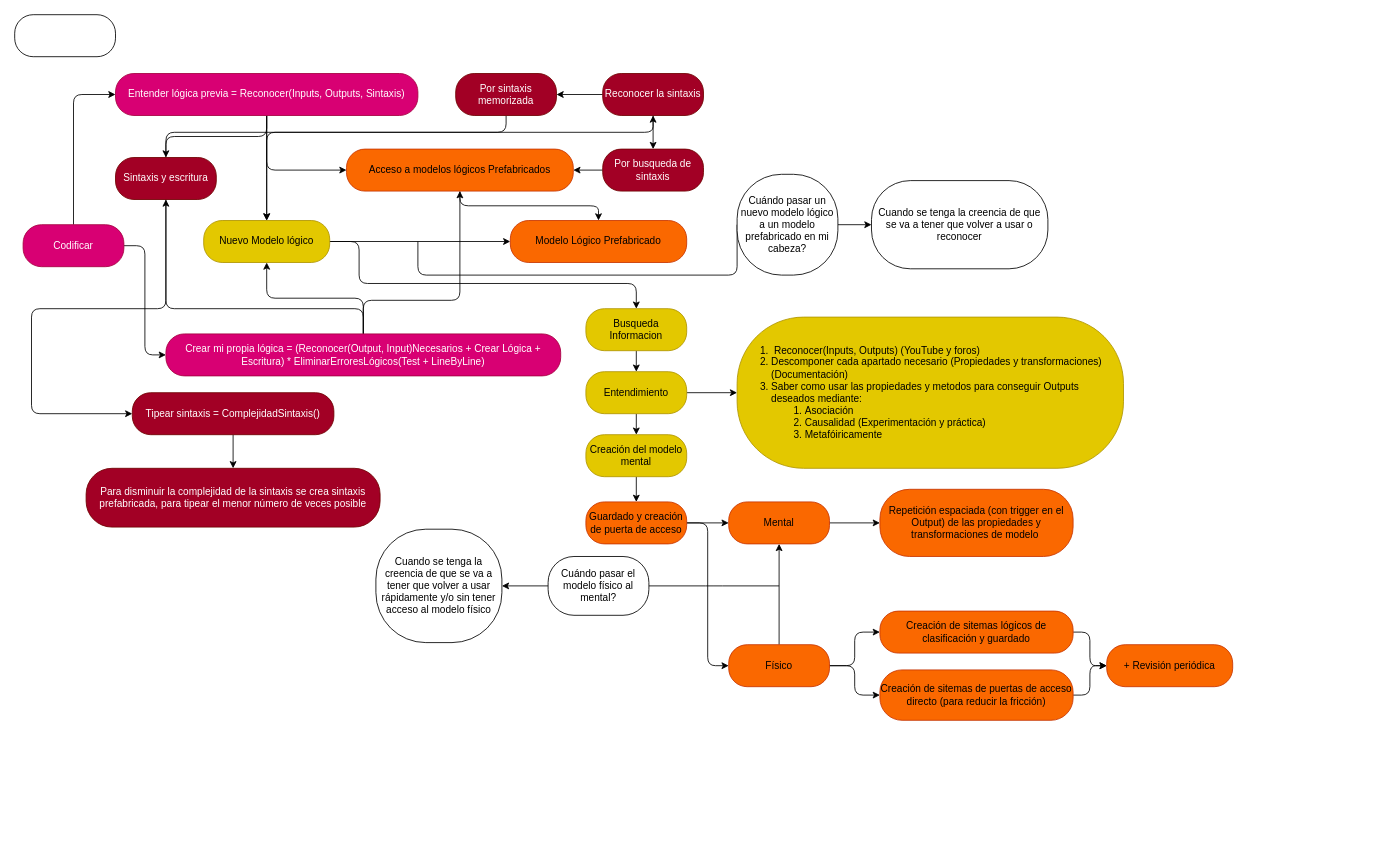
Before: draw/estudiar.drawio in Yev94/yev.tech, a draw.io diagram. Source tidied: cells renumbered, new cells numbered last; positions are measured from the earlier drawing's top-left corner, leaving out a move shared by most shapes. Both pictures are drawn from the tidied source at 84%, with x=0, y=0 at pixel (14, 14).
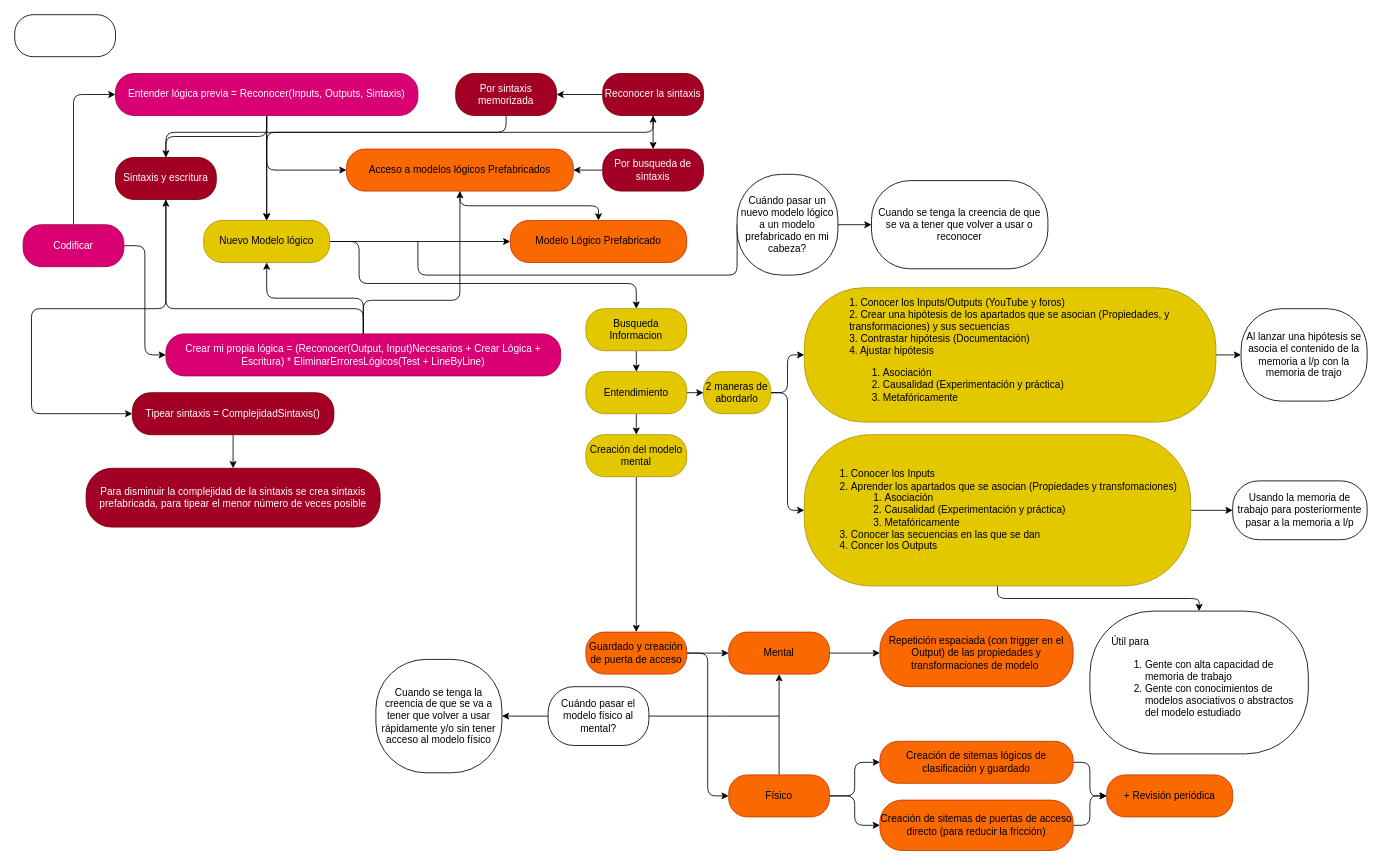
The same diagram, later.

Unchanged cells that the change refers to:
```xml
<mxCell id="20" value="Entendimiento" style="rounded=1;whiteSpace=wrap;html=1;arcSize=44;fillColor=#e3c800;strokeColor=#B09500;fontColor=#000000;" parent="1" vertex="1">
  <mxGeometry x="680" y="425" width="120" height="50" as="geometry" />
</mxCell>
```

Change to the diagram source:
```diff
@@
-    <mxCell id="18" style="edgeStyle=orthogonalEdgeStyle;html=1;entryX=0;entryY=0.5;entryDx=0;entryDy=0;endArrow=classic;endFill=1;" parent="1" edge="1" source="20" target="21">
+    <mxCell id="18" style="edgeStyle=orthogonalEdgeStyle;html=1;entryX=0;entryY=0.5;entryDx=0;entryDy=0;endArrow=classic;endFill=1;" parent="1" edge="1" source="20" target="68">
       <mxGeometry relative="1" as="geometry" />
     </mxCell>
@@
+    <mxCell id="64" style="edgeStyle=orthogonalEdgeStyle;html=1;" parent="1" edge="1" source="21" target="73">
+      <mxGeometry relative="1" as="geometry" />
+    </mxCell>
+    <mxCell id="65" style="edgeStyle=orthogonalEdgeStyle;html=1;" parent="1" edge="1" source="21" target="72">
+      <mxGeometry relative="1" as="geometry" />
+    </mxCell>
-    <mxCell id="21" value="&lt;div style=&quot;text-align: left&quot;&gt;&lt;ol&gt;&lt;li&gt;&lt;span&gt;&amp;nbsp;Reconocer(Inputs, Outputs) (YouTube y foros)&lt;/span&gt;&lt;/li&gt;&lt;li&gt;&lt;span&gt;Descomponer cada apartado necesario (Propiedades y transformaciones) (Documentación)&lt;/span&gt;&lt;/li&gt;&lt;li&gt;&lt;span&gt;Saber como usar las propiedades y metodos para conseguir Outputs deseados mediante:&lt;/span&gt;&lt;/li&gt;&lt;ol&gt;&lt;li&gt;&lt;span&gt;Asociación&lt;/span&gt;&lt;/li&gt;&lt;li&gt;&lt;span&gt;Causalidad (Experimentación y práctica)&lt;/span&gt;&lt;/li&gt;&lt;li&gt;&lt;span&gt;Metafóiricamente&lt;/span&gt;&lt;/li&gt;&lt;/ol&gt;&lt;/ol&gt;&lt;/div&gt;" style="rounded=1;whiteSpace=wrap;html=1;arcSize=44;fillColor=#e3c800;strokeColor=#B09500;fontColor=#000000;" parent="1" vertex="1">
-      <mxGeometry x="860" y="360" width="460" height="180" as="geometry" />
+    <mxCell id="21" value="&lt;div style=&quot;text-align: left&quot;&gt;&lt;ol&gt;&lt;li&gt;Conocer los Inputs&lt;/li&gt;&lt;li&gt;Aprender los apartados que se asocian (Propiedades y transfomaciones)&lt;/li&gt;&lt;ol&gt;&lt;li&gt;Asociación&lt;/li&gt;&lt;li&gt;Causalidad (Experimentación y práctica)&lt;/li&gt;&lt;li&gt;Metafóricamente&lt;/li&gt;&lt;/ol&gt;&lt;li&gt;Conocer las secuencias en las que se dan&lt;/li&gt;&lt;li&gt;Concer los Outputs&lt;/li&gt;&lt;/ol&gt;&lt;/div&gt;" style="rounded=1;whiteSpace=wrap;html=1;arcSize=44;fillColor=#e3c800;strokeColor=#B09500;fontColor=#000000;" parent="1" vertex="1">
+      <mxGeometry x="940" y="500" width="460" height="180" as="geometry" />
     </mxCell>
@@
     <mxCell id="27" value="Repetición espaciada (con trigger en el Output)&amp;nbsp;de las propiedades y transformaciones de modelo&amp;nbsp;" style="rounded=1;whiteSpace=wrap;html=1;arcSize=44;fillColor=#fa6800;strokeColor=#C73500;fontColor=#000000;" parent="1" vertex="1">
-      <mxGeometry x="1030" y="565" width="230" height="80" as="geometry" />
+      <mxGeometry x="1030" y="720" width="230" height="80" as="geometry" />
     </mxCell>
@@
     <mxCell id="49" value="Guardado y creación de puerta de acceso" style="rounded=1;whiteSpace=wrap;html=1;arcSize=44;fillColor=#fa6800;strokeColor=#C73500;fontColor=#000000;" parent="1" vertex="1">
-      <mxGeometry x="680" y="580" width="120" height="50" as="geometry" />
+      <mxGeometry x="680" y="735" width="120" height="50" as="geometry" />
     </mxCell>
     <mxCell id="50" value="Mental" style="rounded=1;whiteSpace=wrap;html=1;arcSize=44;fillColor=#fa6800;strokeColor=#C73500;fontColor=#000000;" parent="1" vertex="1">
-      <mxGeometry x="850" y="580" width="120" height="50" as="geometry" />
+      <mxGeometry x="850" y="735" width="120" height="50" as="geometry" />
     </mxCell>
@@
     <mxCell id="54" value="Físico" style="rounded=1;whiteSpace=wrap;html=1;arcSize=44;fillColor=#fa6800;strokeColor=#C73500;fontColor=#000000;" parent="1" vertex="1">
-      <mxGeometry x="850" y="750" width="120" height="50" as="geometry" />
+      <mxGeometry x="850" y="905" width="120" height="50" as="geometry" />
     </mxCell>
@@
     <mxCell id="56" value="Creación de sitemas lógicos de clasificación y guardado" style="rounded=1;whiteSpace=wrap;html=1;arcSize=44;fillColor=#fa6800;strokeColor=#C73500;fontColor=#000000;" parent="1" vertex="1">
-      <mxGeometry x="1030" y="710" width="230" height="50" as="geometry" />
+      <mxGeometry x="1030" y="865" width="230" height="50" as="geometry" />
     </mxCell>
@@
     <mxCell id="58" value="Creación de sitemas de puertas de acceso directo (para reducir la fricción)" style="rounded=1;whiteSpace=wrap;html=1;arcSize=44;fillColor=#fa6800;strokeColor=#C73500;fontColor=#000000;" parent="1" vertex="1">
-      <mxGeometry x="1030" y="780" width="230" height="60" as="geometry" />
+      <mxGeometry x="1030" y="935" width="230" height="60" as="geometry" />
     </mxCell>
     <mxCell id="59" value="+ Revisión periódica" style="rounded=1;whiteSpace=wrap;html=1;arcSize=44;fillColor=#fa6800;strokeColor=#C73500;fontColor=#000000;" parent="1" vertex="1">
-      <mxGeometry x="1300" y="750" width="150" height="50" as="geometry" />
+      <mxGeometry x="1300" y="905" width="150" height="50" as="geometry" />
     </mxCell>
     <mxCell id="60" style="edgeStyle=orthogonalEdgeStyle;html=1;endArrow=none;endFill=0;" parent="1" edge="1" source="62">
       <mxGeometry relative="1" as="geometry">
-        <mxPoint x="910" y="680" as="targetPoint" />
+        <mxPoint x="910" y="835" as="targetPoint" />
       </mxGeometry>
     </mxCell>
@@
     <mxCell id="62" value="Cuándo pasar el modelo físico al mental?" style="rounded=1;whiteSpace=wrap;html=1;arcSize=44;" parent="1" vertex="1">
-      <mxGeometry x="635" y="645" width="120" height="70" as="geometry" />
+      <mxGeometry x="635" y="800" width="120" height="70" as="geometry" />
     </mxCell>
     <mxCell id="63" value="Cuando se tenga la creencia de que se va a tener que volver a usar rápidamente y/o sin tener acceso al modelo físico" style="rounded=1;whiteSpace=wrap;html=1;arcSize=44;" parent="1" vertex="1">
-      <mxGeometry x="430" y="612.5" width="150" height="135" as="geometry" />
+      <mxGeometry x="430" y="767.5" width="150" height="135" as="geometry" />
     </mxCell>
+    <mxCell id="66" style="edgeStyle=orthogonalEdgeStyle;html=1;entryX=0;entryY=0.5;entryDx=0;entryDy=0;" parent="1" edge="1" source="68" target="70">
+      <mxGeometry relative="1" as="geometry" />
+    </mxCell>
+    <mxCell id="67" style="edgeStyle=orthogonalEdgeStyle;html=1;entryX=0;entryY=0.5;entryDx=0;entryDy=0;" parent="1" edge="1" target="21">
+      <mxGeometry relative="1" as="geometry">
+        <mxPoint x="900" y="450" as="sourcePoint" />
+        <Array as="points">
+          <mxPoint x="920" y="450" />
+          <mxPoint x="920" y="590" />
+        </Array>
+      </mxGeometry>
+    </mxCell>
+    <mxCell id="68" value="2 maneras de abordarlo" style="rounded=1;whiteSpace=wrap;html=1;arcSize=44;fillColor=#e3c800;strokeColor=#B09500;fontColor=#000000;" parent="1" vertex="1">
+      <mxGeometry x="820" y="425" width="80" height="50" as="geometry" />
+    </mxCell>
+    <mxCell id="69" style="edgeStyle=orthogonalEdgeStyle;html=1;entryX=0;entryY=0.5;entryDx=0;entryDy=0;" parent="1" edge="1" source="70" target="71">
+      <mxGeometry relative="1" as="geometry" />
+    </mxCell>
+    <mxCell id="70" value="1. Conocer los Inputs/Outputs (YouTube y foros)&lt;br&gt;2. Crear una hipótesis de los apartados que se asocian (Propiedades, y transformaciones) y sus secuencias&lt;br&gt;3. Contrastar hipótesis (Documentación)&lt;br&gt;&lt;div&gt;&lt;span&gt;4. Ajustar hipótesis&lt;/span&gt;&lt;/div&gt;&lt;div&gt;&lt;ol&gt;&lt;li&gt;Asociación&lt;/li&gt;&lt;li&gt;Causalidad (Experimentación y práctica)&lt;/li&gt;&lt;li&gt;Metafóricamente&lt;/li&gt;&lt;/ol&gt;&lt;/div&gt;" style="rounded=1;whiteSpace=wrap;html=1;arcSize=44;fillColor=#e3c800;strokeColor=#B09500;fontColor=#000000;align=left;spacingLeft=52;fontStyle=0;" parent="1" vertex="1">
+      <mxGeometry x="940" y="325" width="490" height="160" as="geometry" />
+    </mxCell>
+    <mxCell id="71" value="Al lanzar una hipótesis se asocia el contenido de la memoria a l/p con la memoria de trajo" style="rounded=1;whiteSpace=wrap;html=1;arcSize=44;" parent="1" vertex="1">
+      <mxGeometry x="1460" y="350" width="150" height="110" as="geometry" />
+    </mxCell>
+    <mxCell id="72" value="Usando la memoria de trabajo para posteriormente pasar a la memoria a l/p" style="rounded=1;whiteSpace=wrap;html=1;arcSize=44;" parent="1" vertex="1">
+      <mxGeometry x="1450" y="555" width="160" height="70" as="geometry" />
+    </mxCell>
+    <mxCell id="73" value="Útil para &lt;br&gt;&lt;ol&gt;&lt;li&gt;Gente con alta capacidad de memoria de trabajo&lt;/li&gt;&lt;li&gt;Gente con conocimientos de modelos asociativos o abstractos del modelo estudiado&lt;/li&gt;&lt;/ol&gt;" style="rounded=1;whiteSpace=wrap;html=1;arcSize=44;align=left;spacingLeft=24;" parent="1" vertex="1">
+      <mxGeometry x="1280" y="710" width="260" height="170" as="geometry" />
+    </mxCell>
```
